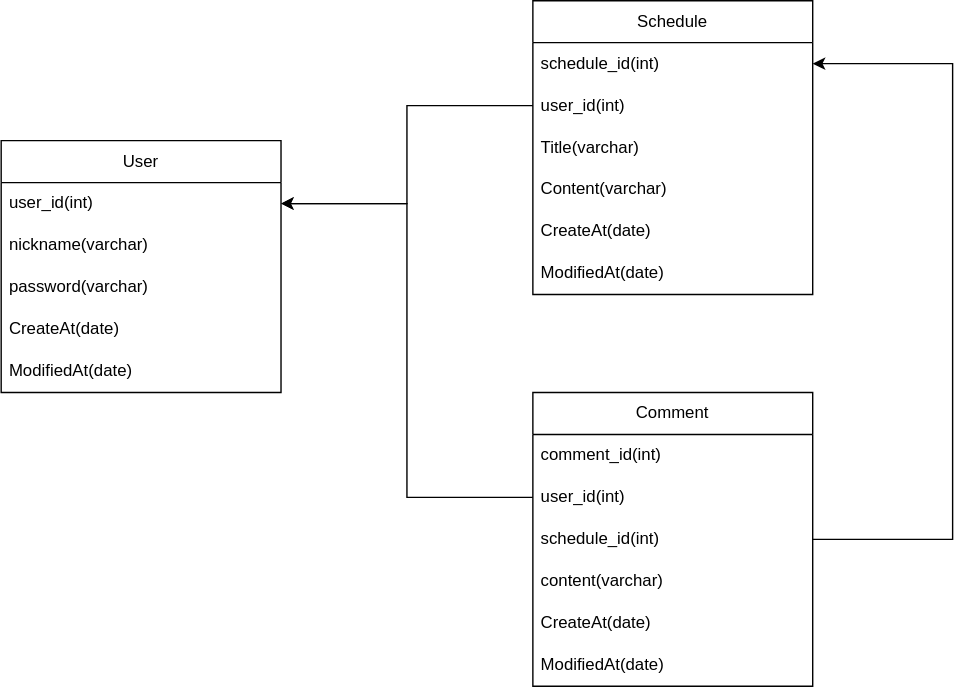
Above: documents/schedule-erd.svg in newbe01/schedule (draw.io), before the change. Source tidied: cells renumbered, new cells last; positions are measured from the earlier drawing's top-left corner, leaving out a move shared by most shapes.
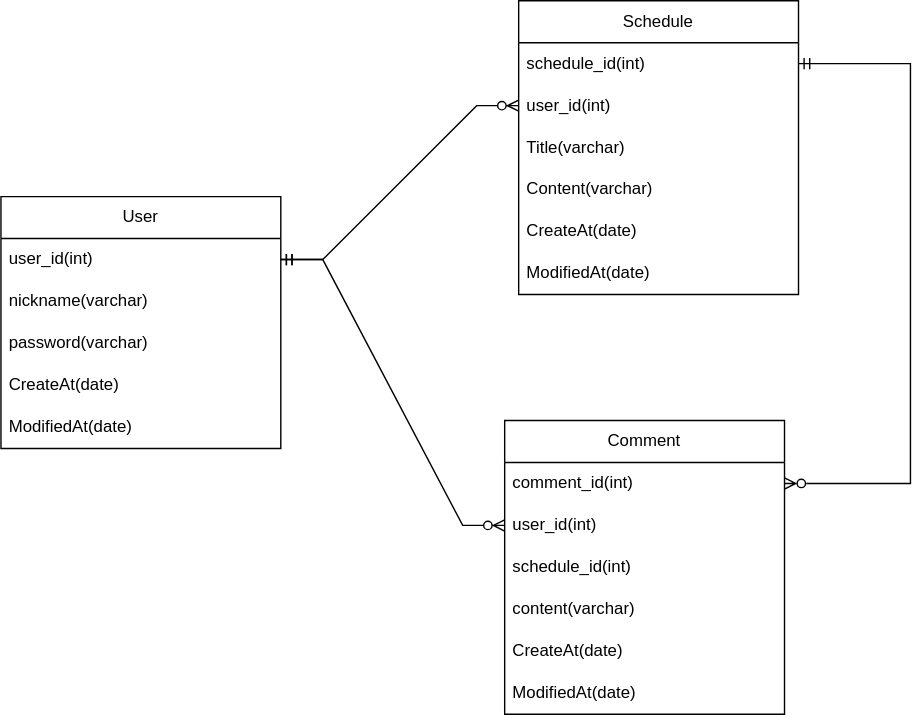
After the change.

What changed in the source:
```diff
@@ -3,7 +3,7 @@
     <mxCell id="0" />
     <mxCell id="1" parent="0" />
     <mxCell id="2" value="Schedule" style="swimlane;fontStyle=0;horizontal=1;startSize=30;whiteSpace=wrap;html=1;" parent="1" vertex="1">
-      <mxGeometry x="380" width="200" height="210" as="geometry" />
+      <mxGeometry x="370" y="-40" width="200" height="210" as="geometry" />
     </mxCell>
     <mxCell id="3" value="schedule_id(int)" style="text;strokeColor=none;fillColor=none;align=left;verticalAlign=middle;spacingLeft=4;spacingRight=4;overflow=hidden;points=[[0,0.5],[1,0.5]];portConstraint=eastwest;whiteSpace=wrap;html=1;" parent="2" vertex="1">
       <mxGeometry y="30" width="200" height="30" as="geometry" />
@@ -42,7 +42,7 @@
       <mxGeometry y="150" width="200" height="30" as="geometry" />
     </mxCell>
     <mxCell id="15" value="Comment&lt;br&gt;" style="swimlane;fontStyle=0;horizontal=1;startSize=30;whiteSpace=wrap;html=1;" parent="1" vertex="1">
-      <mxGeometry x="380" y="280" width="200" height="210" as="geometry" />
+      <mxGeometry x="360" y="260" width="200" height="210" as="geometry" />
     </mxCell>
     <mxCell id="16" value="comment_id(int)" style="text;strokeColor=none;fillColor=none;align=left;verticalAlign=middle;spacingLeft=4;spacingRight=4;overflow=hidden;points=[[0,0.5],[1,0.5]];portConstraint=eastwest;whiteSpace=wrap;html=1;" parent="15" vertex="1">
       <mxGeometry y="30" width="200" height="30" as="geometry" />
@@ -62,19 +62,19 @@
     <mxCell id="21" value="ModifiedAt(date)" style="text;strokeColor=none;fillColor=none;align=left;verticalAlign=middle;spacingLeft=4;spacingRight=4;overflow=hidden;whiteSpace=wrap;html=1;" parent="15" vertex="1">
       <mxGeometry y="180" width="200" height="30" as="geometry" />
     </mxCell>
-    <mxCell id="22" style="edgeStyle=orthogonalEdgeStyle;rounded=0;jettySize=auto;html=1;entryX=1;entryY=0.5;entryDx=0;entryDy=0;" parent="1" edge="1" source="4" target="10">
-      <mxGeometry relative="1" as="geometry" />
-    </mxCell>
-    <mxCell id="23" style="edgeStyle=orthogonalEdgeStyle;rounded=0;jettySize=auto;html=1;entryX=1;entryY=0.5;entryDx=0;entryDy=0;exitX=1;exitY=0.5;exitDx=0;exitDy=0;" parent="1" edge="1" source="18" target="3">
-      <mxGeometry relative="1" as="geometry">
-        <Array as="points">
-          <mxPoint x="680" y="385" />
-          <mxPoint x="680" y="45" />
-        </Array>
-      </mxGeometry>
-    </mxCell>
-    <mxCell id="24" style="edgeStyle=orthogonalEdgeStyle;rounded=0;jettySize=auto;html=1;entryX=1;entryY=0.5;entryDx=0;entryDy=0;" parent="1" edge="1" source="17" target="10">
-      <mxGeometry relative="1" as="geometry" />
-    </mxCell>
+    <mxCell id="25" style="edgeStyle=entityRelationEdgeStyle;fontSize=12;html=1;endArrow=ERzeroToMany;startArrow=ERmandOne;rounded=0;exitX=1;exitY=0.5;exitDx=0;exitDy=0;entryX=0;entryY=0.5;entryDx=0;entryDy=0;" parent="1" edge="1" source="10" target="4">
+      <mxGeometry relative="1" as="geometry" />
+    </mxCell>
+    <mxCell id="26" style="edgeStyle=entityRelationEdgeStyle;fontSize=12;html=1;endArrow=ERzeroToMany;startArrow=ERmandOne;rounded=0;exitX=1;exitY=0.5;exitDx=0;exitDy=0;entryX=0;entryY=0.5;entryDx=0;entryDy=0;" parent="1" edge="1" source="10" target="17">
+      <mxGeometry relative="1" as="geometry" />
+    </mxCell>
+    <mxCell id="27" style="edgeStyle=orthogonalEdgeStyle;rounded=0;jettySize=auto;html=1;entryX=1;entryY=0.5;entryDx=0;entryDy=0;exitX=1;exitY=0.5;exitDx=0;exitDy=0;endArrow=ERzeroToMany;endFill=0;startArrow=ERmandOne;startFill=0;" parent="1" edge="1" source="3" target="16">
+      <mxGeometry relative="1" as="geometry">
+        <Array as="points">
+          <mxPoint x="650" y="5" />
+          <mxPoint x="650" y="305" />
+        </Array>
+      </mxGeometry>
+    </mxCell>
   </root>
 </mxGraphModel>
```
